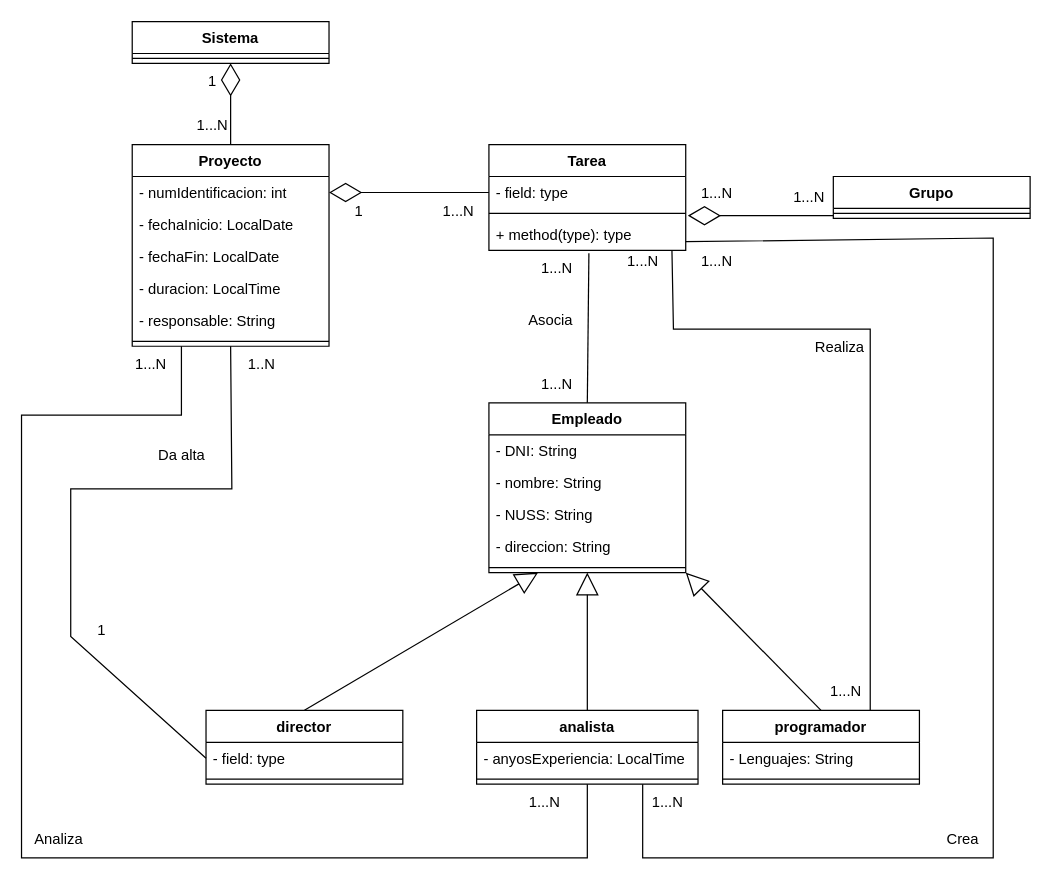
Above: Practica5EDE/PracticaT5EDE.drawio in CarlesNero/DiagramasUML (draw.io), before the change. Source tidied: cells renumbered, new cells numbered last; positions are measured from the earlier drawing's top-left corner, leaving out a move shared by most shapes. Both pictures are drawn from the tidied source at 123%, with x=0, y=0 at pixel (21, 21).
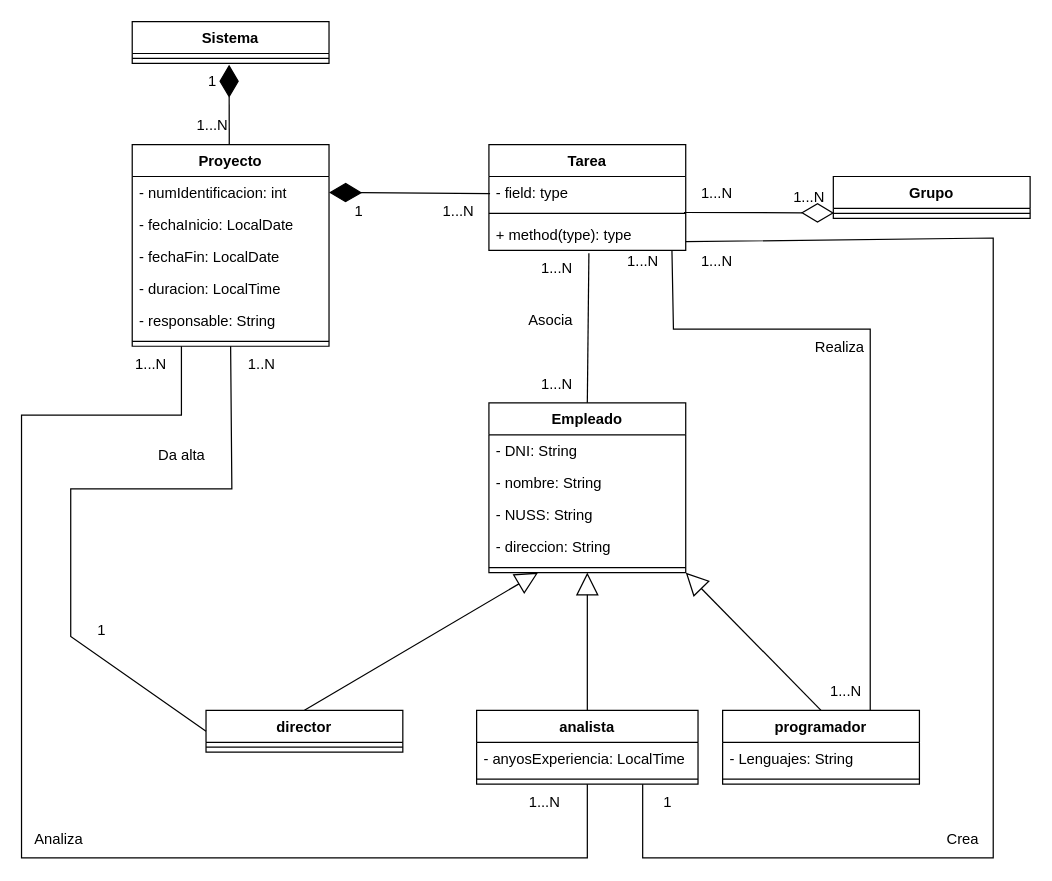
After the change.

Commit message (it also covers changes not shown here):
la practica ninio

Unchanged cells that the change refers to:
```xml
<mxCell id="2" value="Proyecto" style="swimlane;fontStyle=1;align=center;verticalAlign=top;horizontal=1;startSize=26;whiteSpace=wrap;html=1;" parent="1" vertex="1">
  <mxGeometry x="90" y="100" width="160" height="164" as="geometry" />
</mxCell>
<mxCell id="3" value="- numIdentificacion: int" style="text;strokeColor=none;fillColor=none;align=left;verticalAlign=top;spacingLeft=4;spacingRight=4;overflow=hidden;points=[[0,0.5],[1,0.5]];portConstraint=eastwest;whiteSpace=wrap;html=1;" parent="2" vertex="1">
  <mxGeometry y="26" width="160" height="26" as="geometry" />
</mxCell>
<mxCell id="10" style="line;strokeWidth=1;fillColor=none;align=left;verticalAlign=middle;spacingTop=-1;spacingLeft=3;spacingRight=3;labelPosition=right;points=[];portConstraint=eastwest;strokeColor=inherit;" parent="9" vertex="1">
  <mxGeometry y="26" width="160" height="8" as="geometry" />
</mxCell>
<mxCell id="27" value="- field: type" style="text;strokeColor=none;fillColor=none;align=left;verticalAlign=top;spacingLeft=4;spacingRight=4;overflow=hidden;points=[[0,0.5],[1,0.5]];portConstraint=eastwest;whiteSpace=wrap;html=1;" parent="26" vertex="1">
  <mxGeometry y="26" width="160" height="26" as="geometry" />
</mxCell>
<mxCell id="33" value="Sistema" style="swimlane;fontStyle=1;align=center;verticalAlign=top;horizontal=1;startSize=26;whiteSpace=wrap;html=1;" parent="1" vertex="1">
  <mxGeometry x="90" width="160" height="34" as="geometry" />
</mxCell>
<mxCell id="45" value="1...N" style="text;html=1;align=center;verticalAlign=middle;points=[];strokeColor=none;fillColor=none;" parent="1" vertex="1">
  <mxGeometry x="540" y="125" width="50" height="30" as="geometry" />
</mxCell>
<mxCell id="46" value="1...N" style="text;html=1;align=center;verticalAlign=middle;points=[];strokeColor=none;fillColor=none;" parent="1" vertex="1">
  <mxGeometry x="130" y="70" width="50" height="30" as="geometry" />
</mxCell>
<mxCell id="47" value="1" style="text;html=1;align=center;verticalAlign=middle;points=[];strokeColor=none;fillColor=none;" parent="1" vertex="1">
  <mxGeometry x="140" y="34" width="30" height="30" as="geometry" />
</mxCell>
<mxCell id="49" value="1...N" style="text;html=1;align=center;verticalAlign=middle;points=[];strokeColor=none;fillColor=none;" parent="1" vertex="1">
  <mxGeometry x="330" y="140" width="50" height="30" as="geometry" />
</mxCell>
```

Diff of the diagram source:
```diff
@@
     <mxCell id="17" value="director" style="swimlane;fontStyle=1;align=center;verticalAlign=top;horizontal=1;startSize=26;whiteSpace=wrap;html=1;" parent="1" vertex="1">
-      <mxGeometry x="150" y="560" width="160" height="60" as="geometry" />
+      <mxGeometry x="150" y="560" width="160" height="34" as="geometry" />
     </mxCell>
-    <mxCell id="18" value="- field: type" style="text;strokeColor=none;fillColor=none;align=left;verticalAlign=top;spacingLeft=4;spacingRight=4;overflow=hidden;points=[[0,0.5],[1,0.5]];portConstraint=eastwest;whiteSpace=wrap;html=1;" parent="17" vertex="1">
-      <mxGeometry y="26" width="160" height="26" as="geometry" />
-    </mxCell>
     <mxCell id="19" style="line;strokeWidth=1;fillColor=none;align=left;verticalAlign=middle;spacingTop=-1;spacingLeft=3;spacingRight=3;labelPosition=right;strokeColor=inherit;" parent="17" vertex="1">
-      <mxGeometry y="52" width="160" height="8" as="geometry" />
+      <mxGeometry y="26" width="160" height="8" as="geometry" />
     </mxCell>
@@
-    <mxCell id="35" style="endArrow=none;html=1;rounded=0;entryX=0.5;entryY=1;entryDx=0;entryDy=0;exitX=0;exitY=0.5;exitDx=0;exitDy=0;" parent="1" edge="1" source="18" target="2">
+    <mxCell id="35" style="endArrow=none;html=1;rounded=0;entryX=0.5;entryY=1;entryDx=0;entryDy=0;exitX=0;exitY=0.5;exitDx=0;exitDy=0;" parent="1" edge="1" source="17" target="2">
       <mxGeometry relative="1" as="geometry">
         <Array as="points">
           <mxPoint x="40" y="500" />
           <mxPoint x="40" y="380" />
           <mxPoint x="171" y="380" />
         </Array>
       </mxGeometry>
     </mxCell>
@@
-    <mxCell id="43" style="endArrow=diamondThin;endFill=0;endSize=24;html=1;rounded=0;entryX=1.011;entryY=1.224;entryDx=0;entryDy=0;entryPerimeter=0;exitX=0;exitY=0.728;exitDx=0;exitDy=0;exitPerimeter=0;" parent="1" edge="1" source="10" target="27">
+    <mxCell id="43" style="endArrow=diamondThin;endFill=0;endSize=24;html=1;rounded=0;exitX=-0.028;exitY=1.009;exitDx=0;exitDy=0;exitPerimeter=0;entryX=0.004;entryY=0.45;entryDx=0;entryDy=0;entryPerimeter=0;" parent="1" edge="1" source="45" target="10">
       <mxGeometry relative="1" as="geometry" />
     </mxCell>
@@
-    <mxCell id="48" style="endArrow=diamondThin;endFill=0;endSize=24;html=1;rounded=0;exitX=0.5;exitY=0;exitDx=0;exitDy=0;entryX=0.5;entryY=1;entryDx=0;entryDy=0;" parent="1" edge="1" source="2" target="33">
-      <mxGeometry relative="1" as="geometry" />
-    </mxCell>
@@
-    <mxCell id="51" style="endArrow=diamondThin;endFill=0;endSize=24;html=1;rounded=0;exitX=0;exitY=0.5;exitDx=0;exitDy=0;entryX=1;entryY=0.5;entryDx=0;entryDy=0;" parent="1" edge="1" source="27" target="3">
-      <mxGeometry relative="1" as="geometry" />
-    </mxCell>
@@
-    <mxCell id="57" value="1...N" style="text;html=1;align=center;verticalAlign=middle;strokeColor=none;fillColor=none;" parent="1" vertex="1">
-      <mxGeometry x="500" y="620" width="50" height="30" as="geometry" />
+    <mxCell id="57" value="1" style="text;html=1;align=center;verticalAlign=middle;strokeColor=none;fillColor=none;" parent="1" vertex="1">
+      <mxGeometry x="510" y="620" width="30" height="30" as="geometry" />
     </mxCell>
@@
+    <mxCell id="64" style="endArrow=diamondThin;endFill=1;endSize=24;html=1;rounded=0;entryX=0.958;entryY=0.035;entryDx=0;entryDy=0;entryPerimeter=0;exitX=0.778;exitY=1.005;exitDx=0;exitDy=0;exitPerimeter=0;" parent="1" edge="1" source="46" target="47">
+      <mxGeometry relative="1" as="geometry" />
+    </mxCell>
+    <mxCell id="65" style="endArrow=diamondThin;endFill=1;endSize=24;html=1;rounded=0;entryX=1;entryY=0.5;entryDx=0;entryDy=0;exitX=1.018;exitY=-0.002;exitDx=0;exitDy=0;exitPerimeter=0;" parent="1" edge="1" source="49" target="3">
+      <mxGeometry relative="1" as="geometry" />
+    </mxCell>
```
